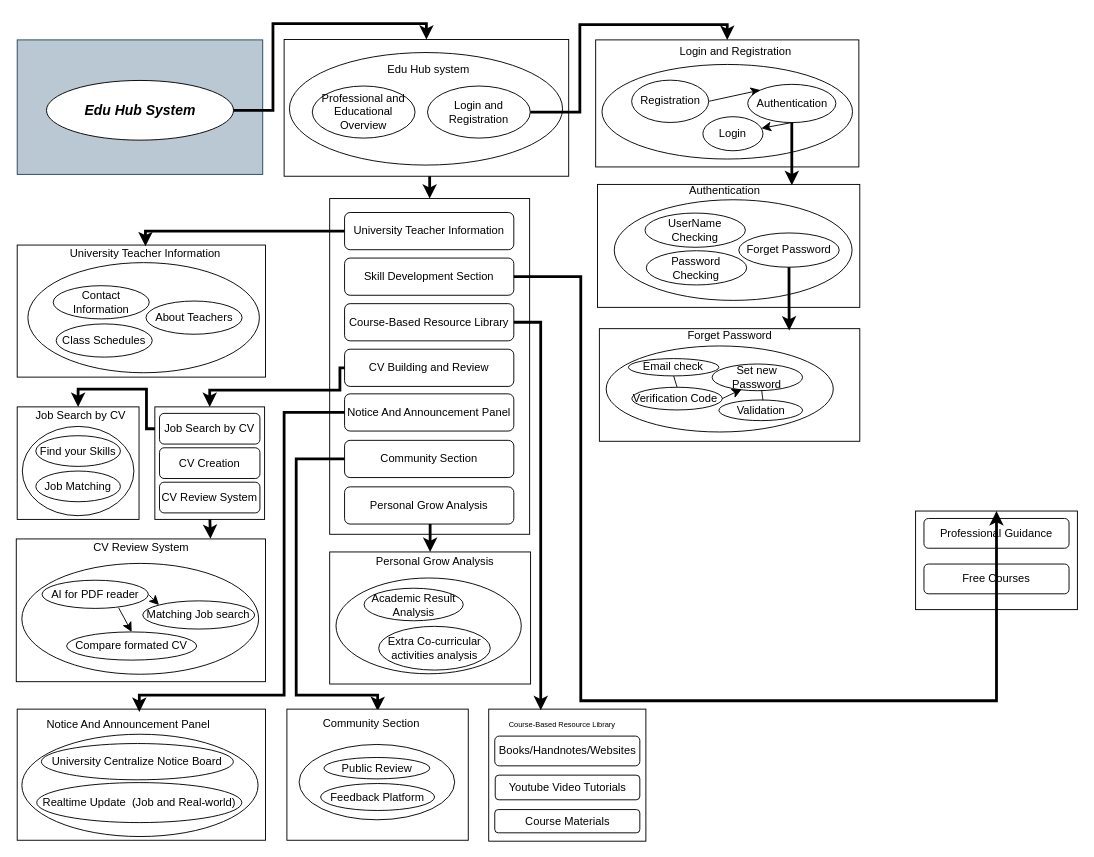
Earlier version of the draw.io diagram Untitled Diagram.drawio (msahid-cse/Low-level-design). Source tidied: cells renumbered, new cells numbered last; positions are measured from the earlier drawing's top-left corner, leaving out a move shared by most shapes. Both pictures are drawn from the tidied source at 93%, with x=0, y=0 at pixel (16, 23).
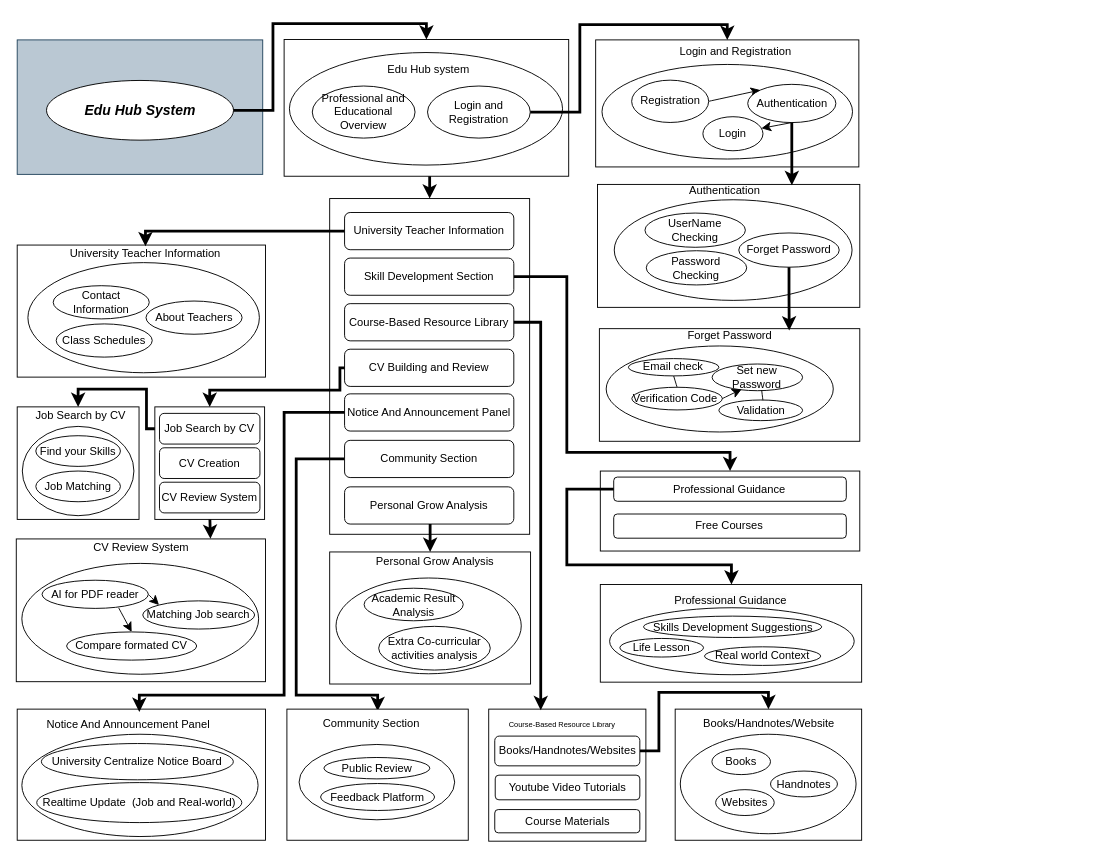
The same page after the edit.

Unchanged cells that the change refers to:
```xml
<mxCell id="64" value="Skill Development Section" style="rounded=1;whiteSpace=wrap;html=1;" parent="1" vertex="1">
  <mxGeometry x="353" y="252" width="182" height="40" as="geometry" />
</mxCell>
<mxCell id="87" value="Books/Handnotes/Websites" style="rounded=1;whiteSpace=wrap;html=1;" parent="1" vertex="1">
  <mxGeometry x="514.5" y="766" width="156" height="32" as="geometry" />
</mxCell>
```

Diff of the diagram source:
```diff
@@
     <mxCell id="31" style="group;" parent="1" vertex="1">
-      <mxGeometry x="967" y="524" width="174" height="106" as="geometry" />
+      <mxGeometry x="628" y="481" width="279" height="86" as="geometry" />
     </mxCell>
     <mxCell id="32" style="rounded=0;whiteSpace=wrap;html=1;" parent="31" vertex="1">
-      <mxGeometry width="174" height="106" as="geometry" />
+      <mxGeometry width="279" height="86" as="geometry" />
     </mxCell>
     <mxCell id="33" value="Professional Guidance" style="rounded=1;whiteSpace=wrap;html=1;" parent="31" vertex="1">
-      <mxGeometry x="9" y="8" width="156" height="32" as="geometry" />
+      <mxGeometry x="14.4" y="6.5" width="250.1" height="26" as="geometry" />
     </mxCell>
     <mxCell id="34" value="Free Courses" style="rounded=1;whiteSpace=wrap;html=1;" parent="31" vertex="1">
-      <mxGeometry x="9" y="57" width="156" height="32" as="geometry" />
+      <mxGeometry x="14.4" y="46.2" width="250.1" height="26" as="geometry" />
     </mxCell>
@@
+    <mxCell id="91" style="edgeStyle=orthogonalEdgeStyle;rounded=0;jettySize=auto;html=1;exitX=1;exitY=0.5;exitDx=0;exitDy=0;entryX=0.5;entryY=0;entryDx=0;entryDy=0;strokeWidth=3;" parent="1" edge="1" source="64" target="32">
+      <mxGeometry relative="1" as="geometry">
+        <Array as="points">
+          <mxPoint x="592" y="272" />
+          <mxPoint x="592" y="461" />
+          <mxPoint x="767" y="461" />
+        </Array>
+      </mxGeometry>
+    </mxCell>
@@
+    <mxCell id="114" style="edgeStyle=orthogonalEdgeStyle;rounded=0;jettySize=auto;html=1;exitX=1;exitY=0.5;exitDx=0;exitDy=0;entryX=0.5;entryY=0;entryDx=0;entryDy=0;strokeWidth=3;" parent="1" edge="1" source="87" target="116">
+      <mxGeometry relative="1" as="geometry">
+        <Array as="points">
+          <mxPoint x="691" y="782" />
+          <mxPoint x="691" y="719" />
+          <mxPoint x="809" y="719" />
+        </Array>
+      </mxGeometry>
+    </mxCell>
@@
-    <mxCell id="91" style="edgeStyle=orthogonalEdgeStyle;rounded=0;jettySize=auto;html=1;exitX=1;exitY=0.5;exitDx=0;exitDy=0;entryX=0.5;entryY=0;entryDx=0;entryDy=0;strokeWidth=3;fontSize=4;" parent="1" edge="1" source="64" target="32">
-      <mxGeometry relative="1" as="geometry">
-        <Array as="points">
-          <mxPoint x="607" y="272" />
-          <mxPoint x="607" y="728" />
-        </Array>
-      </mxGeometry>
-    </mxCell>
@@
+    <mxCell id="115" style="rounded=0;whiteSpace=wrap;html=1;" parent="1" vertex="1">
+      <mxGeometry x="628" y="603" width="281" height="105" as="geometry" />
+    </mxCell>
+    <mxCell id="116" style="rounded=0;whiteSpace=wrap;html=1;" parent="1" vertex="1">
+      <mxGeometry x="708.5" y="737" width="200.5" height="141" as="geometry" />
+    </mxCell>
+    <mxCell id="117" style="ellipse;whiteSpace=wrap;html=1;" parent="1" vertex="1">
+      <mxGeometry x="714" y="764" width="189" height="107" as="geometry" />
+    </mxCell>
+    <mxCell id="118" style="ellipse;whiteSpace=wrap;html=1;" parent="1" vertex="1">
+      <mxGeometry x="638" y="628" width="263" height="72" as="geometry" />
+    </mxCell>
+    <mxCell id="119" value="Books/Handnotes/Website" style="text;html=1;align=center;verticalAlign=middle;strokeColor=none;fillColor=none;" parent="1" vertex="1">
+      <mxGeometry x="729" y="740" width="159" height="26" as="geometry" />
+    </mxCell>
+    <mxCell id="120" value="Books" style="ellipse;whiteSpace=wrap;html=1;" parent="1" vertex="1">
+      <mxGeometry x="748" y="779.6" width="63" height="27.8" as="geometry" />
+    </mxCell>
+    <mxCell id="121" value="Handnotes" style="ellipse;whiteSpace=wrap;html=1;" parent="1" vertex="1">
+      <mxGeometry x="811" y="803.6" width="72" height="27.8" as="geometry" />
+    </mxCell>
+    <mxCell id="122" value="Websites" style="ellipse;whiteSpace=wrap;html=1;" parent="1" vertex="1">
+      <mxGeometry x="752" y="823.6" width="63" height="27.8" as="geometry" />
+    </mxCell>
+    <mxCell id="123" style="edgeStyle=orthogonalEdgeStyle;rounded=0;jettySize=auto;html=1;exitX=0;exitY=0.5;exitDx=0;exitDy=0;strokeWidth=3;" parent="1" edge="1" source="33" target="115">
+      <mxGeometry relative="1" as="geometry">
+        <Array as="points">
+          <mxPoint x="592" y="501" />
+          <mxPoint x="592" y="582" />
+          <mxPoint x="769" y="582" />
+        </Array>
+      </mxGeometry>
+    </mxCell>
+    <mxCell id="124" value="&lt;span style=&quot;color: rgb(0, 0, 0); font-family: Helvetica; font-size: 12px; font-style: normal; font-variant-ligatures: normal; font-variant-caps: normal; font-weight: 400; letter-spacing: normal; orphans: 2; text-align: center; text-indent: 0px; text-transform: none; widows: 2; word-spacing: 0px; -webkit-text-stroke-width: 0px; white-space: normal; background-color: rgb(251, 251, 251); text-decoration-thickness: initial; text-decoration-style: initial; text-decoration-color: initial; display: inline !important; float: none;&quot;&gt;Professional Guidance&lt;/span&gt;" style="text;whiteSpace=wrap;html=1;" parent="1" vertex="1">
+      <mxGeometry x="705.6" y="606" width="127.8" height="11" as="geometry" />
+    </mxCell>
+    <mxCell id="125" value="Skills Development Suggestions" style="ellipse;whiteSpace=wrap;html=1;" parent="1" vertex="1">
+      <mxGeometry x="674.5" y="637" width="191.5" height="23" as="geometry" />
+    </mxCell>
+    <mxCell id="126" value="Life Lesson" style="ellipse;whiteSpace=wrap;html=1;" parent="1" vertex="1">
+      <mxGeometry x="649" y="661" width="90" height="20" as="geometry" />
+    </mxCell>
+    <mxCell id="127" value="Real world Context" style="ellipse;whiteSpace=wrap;html=1;" parent="1" vertex="1">
+      <mxGeometry x="740" y="670" width="125" height="20" as="geometry" />
+    </mxCell>
```
